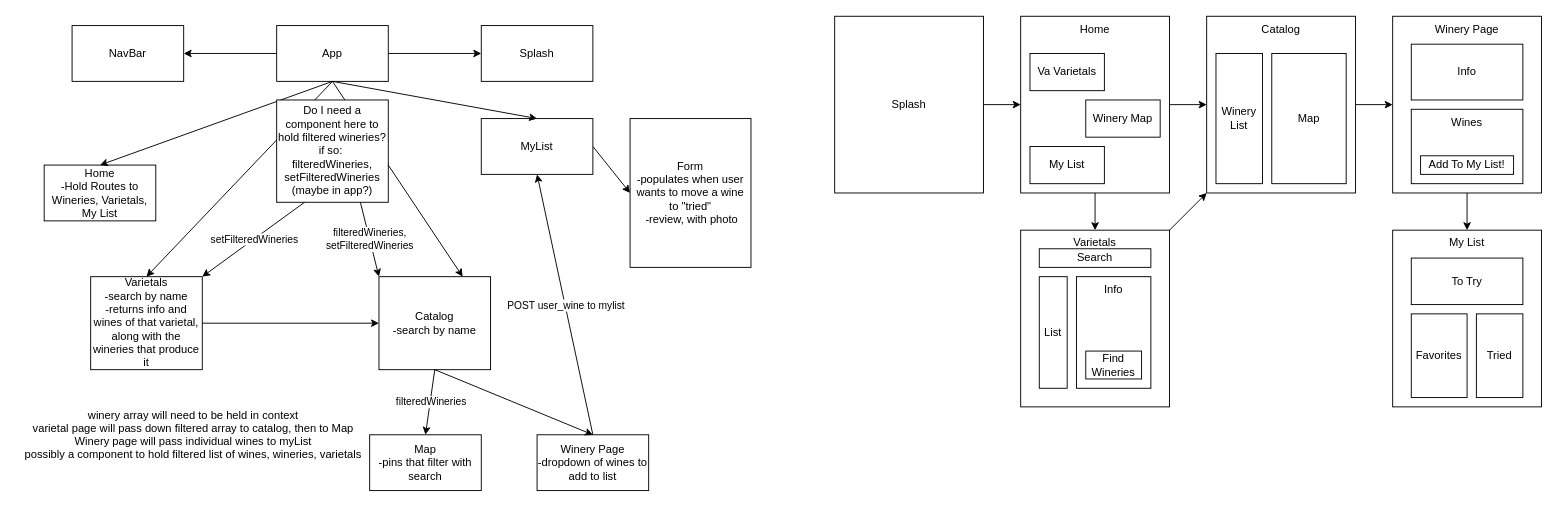
Above: client/src/data/diagram.drawio in Eccatoe/ShenandoahWines (draw.io), before the change. Source tidied: cells renumbered, new cells numbered last; positions are measured from the earlier drawing's top-left corner, leaving out a move shared by most shapes. Both pictures are drawn from the tidied source at 93%, with x=0, y=0 at pixel (16, 16).
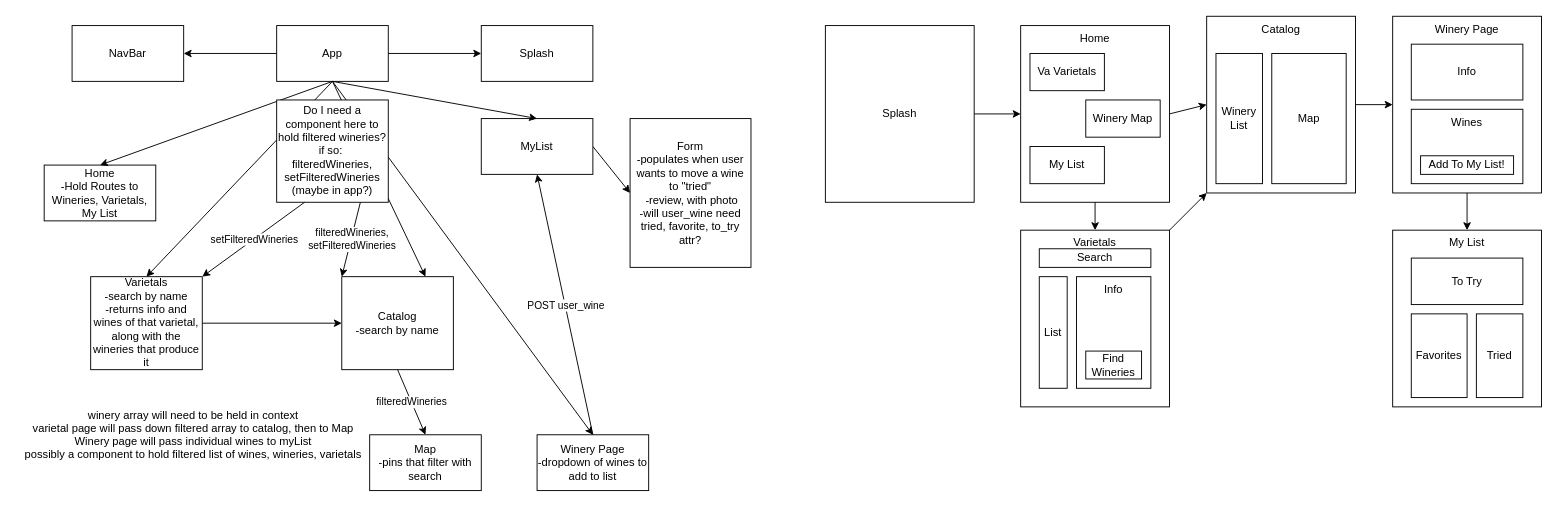
After the change.

Unchanged cells that the change refers to:
```xml
<mxCell id="8" value="Winery Page&lt;br&gt;-dropdown of wines to add to list" style="rounded=0;whiteSpace=wrap;html=1;" parent="1" vertex="1">
  <mxGeometry x="560" y="450" width="120" height="60" as="geometry" />
</mxCell>
<mxCell id="50" style="endArrow=classic;html=1;exitX=0.5;exitY=0;exitDx=0;exitDy=0;entryX=0.5;entryY=1;entryDx=0;entryDy=0;" parent="1" edge="1" source="8" target="19">
  <mxGeometry relative="1" as="geometry" />
</mxCell>
```

Change to the diagram source:
```diff
@@
     <mxCell id="7" value="Catalog&lt;br&gt;-search by name &lt;br&gt;" style="rounded=0;whiteSpace=wrap;html=1;" parent="1" vertex="1">
-      <mxGeometry x="390" y="280" width="120" height="100" as="geometry" />
+      <mxGeometry x="350" y="280" width="120" height="100" as="geometry" />
     </mxCell>
@@
-    <mxCell id="10" value="Form&lt;br&gt;-populates when user wants to move a wine to &quot;tried&quot;&lt;br&gt;&amp;nbsp;-review, with photo" style="rounded=0;whiteSpace=wrap;html=1;" parent="1" vertex="1">
+    <mxCell id="10" value="Form&lt;br&gt;-populates when user wants to move a wine to &quot;tried&quot;&lt;br&gt;&amp;nbsp;-review, with photo&lt;br&gt;-will user_wine need tried, favorite, to_try attr?" style="rounded=0;whiteSpace=wrap;html=1;" parent="1" vertex="1">
       <mxGeometry x="660" y="110" width="130" height="160" as="geometry" />
     </mxCell>
@@
-    <mxCell id="16" style="endArrow=classic;html=1;entryX=0.5;entryY=0;entryDx=0;entryDy=0;exitX=0.5;exitY=1;exitDx=0;exitDy=0;" parent="1" edge="1" source="7" target="8">
-      <mxGeometry relative="1" as="geometry" />
+    <mxCell id="16" style="endArrow=classic;html=1;entryX=0.5;entryY=0;entryDx=0;entryDy=0;" parent="1" edge="1" target="8">
+      <mxGeometry relative="1" as="geometry">
+        <mxPoint x="340" y="70" as="sourcePoint" />
+      </mxGeometry>
     </mxCell>
@@
     <mxCell id="21" value="Splash" style="whiteSpace=wrap;html=1;" parent="1" vertex="1">
-      <mxGeometry x="880" width="160" height="190" as="geometry" />
+      <mxGeometry x="870" y="10" width="160" height="190" as="geometry" />
     </mxCell>
@@
     <mxCell id="25" value="Home&lt;br&gt;&lt;br&gt;&lt;br&gt;&lt;br&gt;&lt;br&gt;&lt;br&gt;&lt;br&gt;&lt;br&gt;&lt;br&gt;&lt;br&gt;" style="whiteSpace=wrap;html=1;verticalAlign=top;" parent="1" vertex="1">
-      <mxGeometry x="1080" width="160" height="190" as="geometry" />
+      <mxGeometry x="1080" y="10" width="160" height="190" as="geometry" />
     </mxCell>
@@
-    <mxCell id="51" value="POST user_wine to mylist" style="edgeLabel;html=1;align=center;verticalAlign=middle;" parent="50" vertex="1">
+    <mxCell id="51" value="POST user_wine" style="edgeLabel;html=1;align=center;verticalAlign=middle;" parent="50" vertex="1">
       <mxGeometry relative="1" as="geometry" />
     </mxCell>
```
